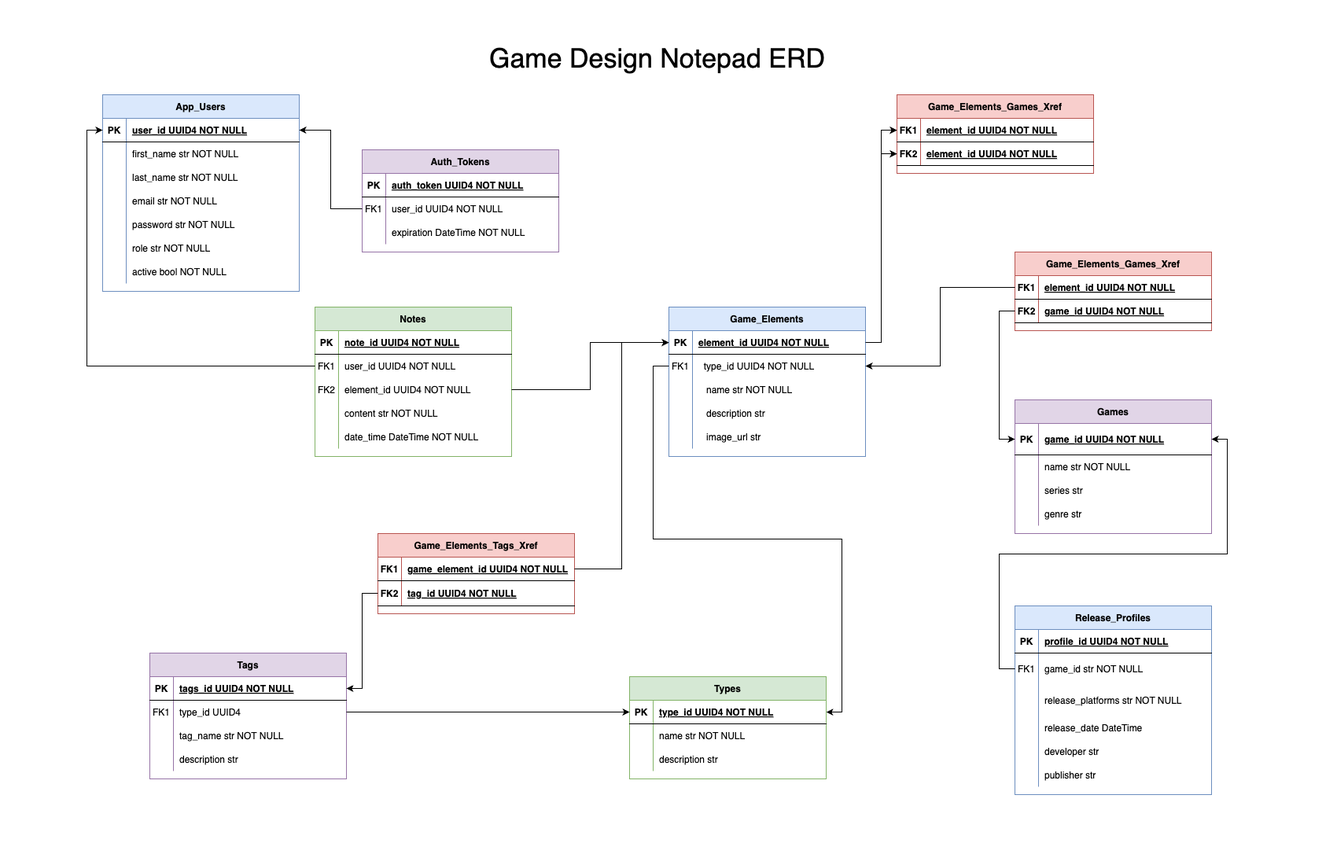
The draw.io diagram gd-notepad-erd.png in Mark-David-Hill/gd-notepad-be, before a commit. Source tidied: cells renumbered, new cells last; positions are measured from the earlier drawing's top-left corner, leaving out a move shared by most shapes.
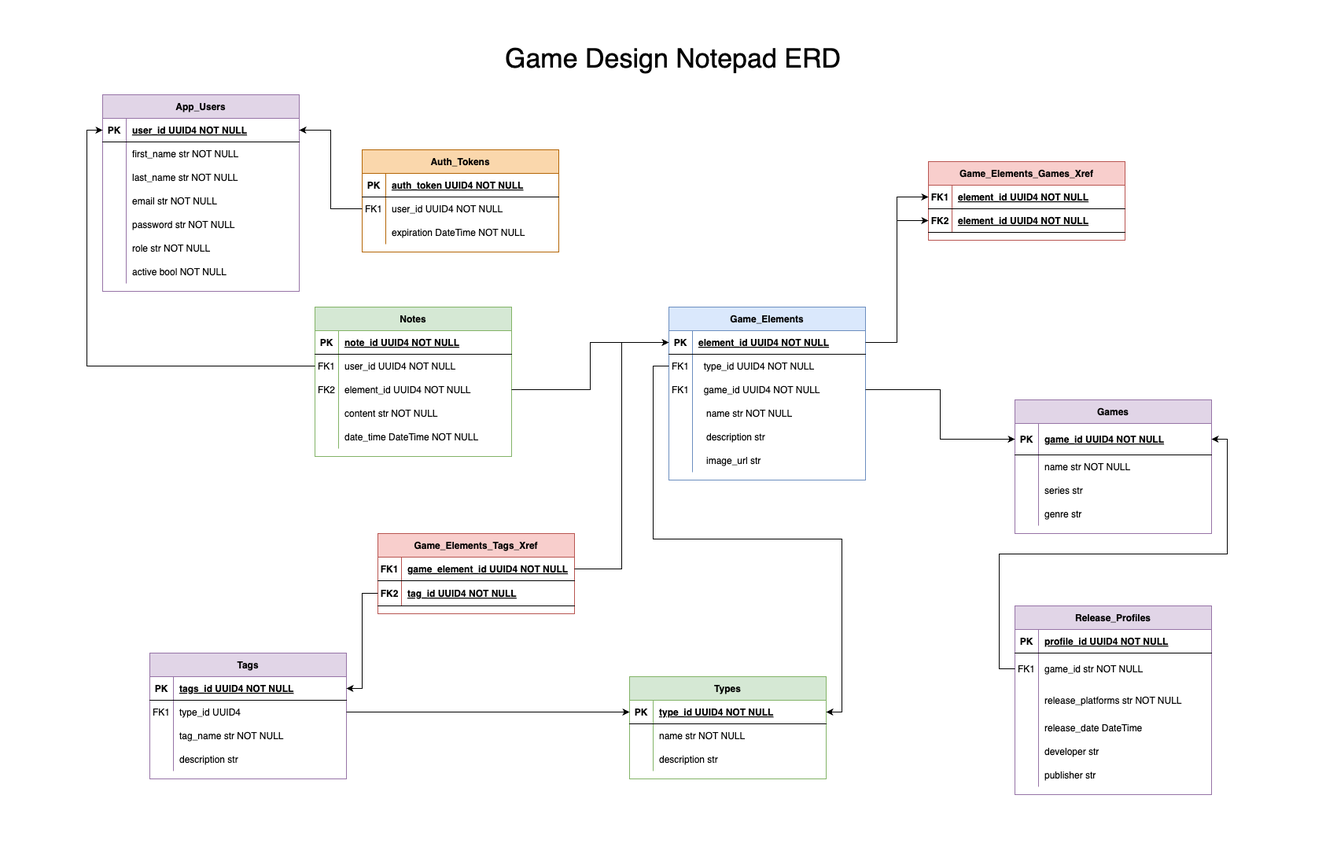
The same file after the commit.

Diff of the diagram source:
```diff
@@ -33,7 +33,7 @@
       <mxGeometry x="30" width="220" height="30" as="geometry" />
     </mxCell>
     <mxCell id="12" value="Game_Elements" style="shape=table;startSize=30;rowLines=0;fontStyle=1;align=center;fillColor=#dae8fc;strokeColor=#6c8ebf;" parent="1" vertex="1">
-      <mxGeometry x="720" y="340" width="250" height="190" as="geometry" />
+      <mxGeometry x="720" y="340" width="250" height="220" as="geometry" />
     </mxCell>
     <mxCell id="13" style="shape=partialRectangle;fillColor=none;points=[[0,0.5],[1,0.5]];portConstraint=eastwest;top=0;left=0;right=0;bottom=1;" parent="12" vertex="1">
       <mxGeometry y="30" width="250" height="30" as="geometry" />
@@ -53,8 +53,17 @@
     <mxCell id="18" value="   type_id UUID4 NOT NULL" style="shape=partialRectangle;overflow=hidden;fillColor=none;top=0;left=0;bottom=0;right=0;align=left;spacingLeft=6;" parent="16" vertex="1">
       <mxGeometry x="30" width="220" height="30" as="geometry" />
     </mxCell>
+    <mxCell id="155" style="shape=partialRectangle;fillColor=none;points=[[0,0.5],[1,0.5]];portConstraint=eastwest;top=0;left=0;right=0;bottom=0;" parent="12" vertex="1">
+      <mxGeometry y="90" width="250" height="30" as="geometry" />
+    </mxCell>
+    <mxCell id="44" value="FK1" style="shape=partialRectangle;overflow=hidden;fillColor=none;top=0;left=0;bottom=0;right=0;" parent="155" vertex="1">
+      <mxGeometry width="30" height="30" as="geometry" />
+    </mxCell>
+    <mxCell id="48" value="   game_id UUID4 NOT NULL" style="shape=partialRectangle;overflow=hidden;fillColor=none;top=0;left=0;bottom=0;right=0;align=left;spacingLeft=6;" parent="155" vertex="1">
+      <mxGeometry x="30" width="220" height="30" as="geometry" />
+    </mxCell>
     <mxCell id="19" style="shape=partialRectangle;fillColor=none;top=0;left=0;right=0;bottom=0;" parent="12" vertex="1">
-      <mxGeometry y="90" width="250" height="30" as="geometry" />
+      <mxGeometry y="120" width="250" height="30" as="geometry" />
     </mxCell>
     <mxCell id="20" style="shape=partialRectangle;overflow=hidden;fillColor=none;top=0;left=0;bottom=0;right=0;" parent="19" vertex="1">
       <mxGeometry width="30" height="30" as="geometry" />
@@ -63,7 +72,7 @@
       <mxGeometry x="30" width="220" height="30" as="geometry" />
     </mxCell>
     <mxCell id="22" style="shape=partialRectangle;fillColor=none;top=0;left=0;right=0;bottom=0;" parent="12" vertex="1">
-      <mxGeometry y="120" width="250" height="30" as="geometry" />
+      <mxGeometry y="150" width="250" height="30" as="geometry" />
     </mxCell>
     <mxCell id="23" style="shape=partialRectangle;overflow=hidden;fillColor=none;top=0;left=0;bottom=0;right=0;" parent="22" vertex="1">
       <mxGeometry width="30" height="30" as="geometry" />
@@ -72,7 +81,7 @@
       <mxGeometry x="30" width="220" height="30" as="geometry" />
     </mxCell>
     <mxCell id="25" style="shape=partialRectangle;fillColor=none;top=0;left=0;right=0;bottom=0;" parent="12" vertex="1">
-      <mxGeometry y="150" width="250" height="30" as="geometry" />
+      <mxGeometry y="180" width="250" height="30" as="geometry" />
     </mxCell>
     <mxCell id="26" style="shape=partialRectangle;overflow=hidden;fillColor=none;top=0;left=0;bottom=0;right=0;" parent="25" vertex="1">
       <mxGeometry width="30" height="30" as="geometry" />
@@ -122,31 +131,7 @@
     <mxCell id="41" value="genre str" style="shape=partialRectangle;overflow=hidden;fillColor=none;top=0;left=0;bottom=0;right=0;align=left;spacingLeft=6;" parent="39" vertex="1">
       <mxGeometry x="30" width="220" height="30" as="geometry" />
     </mxCell>
-    <mxCell id="42" value="Game_Elements_Games_Xref" style="shape=table;startSize=30;rowLines=0;fontStyle=1;align=center;fillColor=#f8cecc;strokeColor=#b85450;" parent="1" vertex="1">
-      <mxGeometry x="1160" y="270" width="250" height="100" as="geometry" />
-    </mxCell>
-    <mxCell id="43" style="shape=partialRectangle;fillColor=none;points=[[0,0.5],[1,0.5]];portConstraint=eastwest;top=0;left=0;right=0;bottom=1;" parent="42" vertex="1">
-      <mxGeometry y="30" width="250" height="30" as="geometry" />
-    </mxCell>
-    <mxCell id="44" value="FK1" style="shape=partialRectangle;overflow=hidden;fillColor=none;top=0;left=0;bottom=0;right=0;fontStyle=1;" parent="43" vertex="1">
-      <mxGeometry width="30" height="30" as="geometry" />
-    </mxCell>
-    <mxCell id="45" value="element_id UUID4 NOT NULL " style="shape=partialRectangle;overflow=hidden;fillColor=none;top=0;left=0;bottom=0;right=0;align=left;spacingLeft=6;fontStyle=5;" parent="43" vertex="1">
-      <mxGeometry x="30" width="220" height="30" as="geometry" />
-    </mxCell>
-    <mxCell id="46" style="shape=partialRectangle;fillColor=none;points=[[0,0.5],[1,0.5]];portConstraint=eastwest;top=0;left=0;right=0;bottom=1;" parent="42" vertex="1">
-      <mxGeometry y="60" width="250" height="30" as="geometry" />
-    </mxCell>
-    <mxCell id="47" value="FK2" style="shape=partialRectangle;overflow=hidden;fillColor=none;top=0;left=0;bottom=0;right=0;fontStyle=1;" parent="46" vertex="1">
-      <mxGeometry width="30" height="30" as="geometry" />
-    </mxCell>
-    <mxCell id="48" value="game_id UUID4 NOT NULL " style="shape=partialRectangle;overflow=hidden;fillColor=none;top=0;left=0;bottom=0;right=0;align=left;spacingLeft=6;fontStyle=5;" parent="46" vertex="1">
-      <mxGeometry x="30" width="220" height="30" as="geometry" />
-    </mxCell>
-    <mxCell id="49" style="edgeStyle=orthogonalEdgeStyle;rounded=0;jettySize=auto;html=1;exitX=0;exitY=0.5;exitDx=0;exitDy=0;entryX=1;entryY=0.5;entryDx=0;entryDy=0;" parent="1" edge="1" source="43" target="16">
-      <mxGeometry relative="1" as="geometry" />
-    </mxCell>
-    <mxCell id="50" value="App_Users" style="shape=table;startSize=30;rowLines=0;fontStyle=1;align=center;fillColor=#dae8fc;strokeColor=#6c8ebf;" parent="1" vertex="1">
+    <mxCell id="50" value="App_Users" style="shape=table;startSize=30;rowLines=0;fontStyle=1;align=center;fillColor=#e1d5e7;strokeColor=#9673a6;" parent="1" vertex="1">
       <mxGeometry y="70" width="250" height="250" as="geometry" />
     </mxCell>
     <mxCell id="51" style="shape=partialRectangle;fillColor=none;points=[[0,0.5],[1,0.5]];portConstraint=eastwest;top=0;left=0;right=0;bottom=1;" parent="50" vertex="1">
@@ -326,7 +311,7 @@
     <mxCell id="109" style="edgeStyle=orthogonalEdgeStyle;rounded=0;jettySize=auto;html=1;exitX=1;exitY=0.5;exitDx=0;exitDy=0;" parent="1" edge="1" source="76" target="3">
       <mxGeometry relative="1" as="geometry" />
     </mxCell>
-    <mxCell id="110" value="Auth_Tokens" style="shape=table;startSize=30;rowLines=0;fontStyle=1;align=center;fillColor=#e1d5e7;strokeColor=#9673a6;" parent="1" vertex="1">
+    <mxCell id="110" value="Auth_Tokens" style="shape=table;startSize=30;rowLines=0;fontStyle=1;align=center;fillColor=#fad7ac;strokeColor=#b46504;" parent="1" vertex="1">
       <mxGeometry x="330" y="140" width="250" height="130" as="geometry" />
     </mxCell>
     <mxCell id="111" style="shape=partialRectangle;fillColor=none;top=0;left=0;right=0;bottom=1;" parent="110" vertex="1">
@@ -357,7 +342,7 @@
       <mxGeometry x="30" width="220" height="30" as="geometry" />
     </mxCell>
     <mxCell id="120" value="Game_Elements_Games_Xref" style="shape=table;startSize=30;rowLines=0;fontStyle=1;align=center;fillColor=#f8cecc;strokeColor=#b85450;" parent="1" vertex="1">
-      <mxGeometry x="1010" y="70" width="250" height="100" as="geometry" />
+      <mxGeometry x="1050" y="155" width="250" height="100" as="geometry" />
     </mxCell>
     <mxCell id="121" style="shape=partialRectangle;fillColor=none;points=[[0,0.5],[1,0.5]];portConstraint=eastwest;top=0;left=0;right=0;bottom=1;" parent="120" vertex="1">
       <mxGeometry y="30" width="250" height="30" as="geometry" />
@@ -383,7 +368,7 @@
     <mxCell id="128" style="edgeStyle=orthogonalEdgeStyle;rounded=0;jettySize=auto;html=1;" parent="1" edge="1" source="13" target="121">
       <mxGeometry relative="1" as="geometry" />
     </mxCell>
-    <mxCell id="129" value="Release_Profiles" style="shape=table;startSize=30;rowLines=0;fontStyle=1;align=center;fillColor=#dae8fc;strokeColor=#6c8ebf;" parent="1" vertex="1">
+    <mxCell id="129" value="Release_Profiles" style="shape=table;startSize=30;rowLines=0;fontStyle=1;align=center;fillColor=#e1d5e7;strokeColor=#9673a6;" parent="1" vertex="1">
       <mxGeometry x="1160" y="720" width="250" height="240" as="geometry" />
     </mxCell>
     <mxCell id="130" style="shape=partialRectangle;fillColor=none;top=0;left=0;right=0;bottom=1;" parent="129" vertex="1">
@@ -452,14 +437,14 @@
     <mxCell id="151" style="edgeStyle=orthogonalEdgeStyle;rounded=0;jettySize=auto;html=1;entryX=1;entryY=0.5;entryDx=0;entryDy=0;" parent="1" edge="1" source="114" target="51">
       <mxGeometry relative="1" as="geometry" />
     </mxCell>
-    <mxCell id="152" style="edgeStyle=orthogonalEdgeStyle;rounded=0;jettySize=auto;html=1;entryX=0;entryY=0.5;entryDx=0;entryDy=0;" parent="1" edge="1" source="46" target="30">
-      <mxGeometry relative="1" as="geometry" />
-    </mxCell>
     <mxCell id="153" style="edgeStyle=orthogonalEdgeStyle;rounded=0;jettySize=auto;html=1;entryX=1;entryY=0.5;entryDx=0;entryDy=0;" parent="1" edge="1" source="133" target="30">
       <mxGeometry relative="1" as="geometry" />
     </mxCell>
     <mxCell id="154" value="&lt;font style=&quot;font-size: 34px;&quot;&gt;Game Design Notepad ERD&lt;/font&gt;" style="text;html=1;align=center;verticalAlign=middle;" parent="1" vertex="1">
-      <mxGeometry x="480" width="450" height="50" as="geometry" />
+      <mxGeometry x="500" width="450" height="50" as="geometry" />
     </mxCell>
+    <mxCell id="156" style="edgeStyle=orthogonalEdgeStyle;rounded=0;jettySize=auto;html=1;" parent="1" edge="1" source="155" target="30">
+      <mxGeometry relative="1" as="geometry" />
+    </mxCell>
   </root>
 </mxGraphModel>
```
